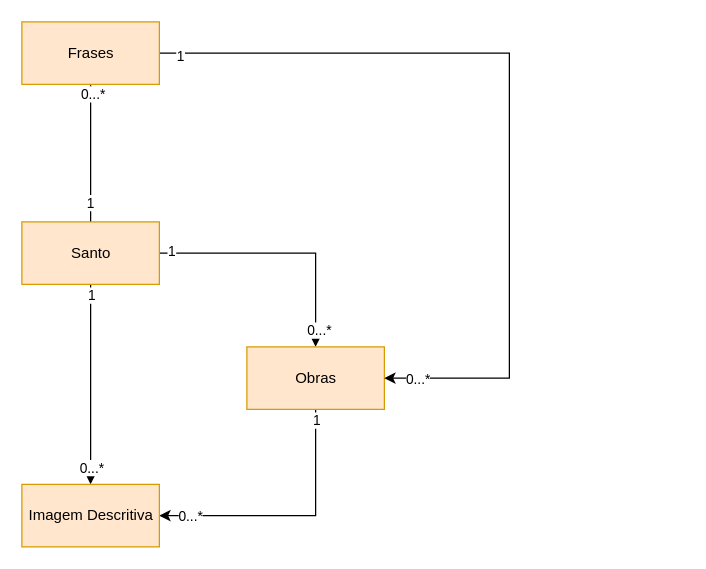
Before: page "Conceptual Model" (1 of 2) of Documentation/Untitled Diagram.drawio in the-catholics/Saints-API, a draw.io diagram. Source tidied: cells renumbered, new cells numbered last; positions are measured from the earlier drawing's top-left corner, leaving out a move shared by most shapes. Both pictures are drawn from the tidied source at 125%, with x=0, y=0 at pixel (21, 21).
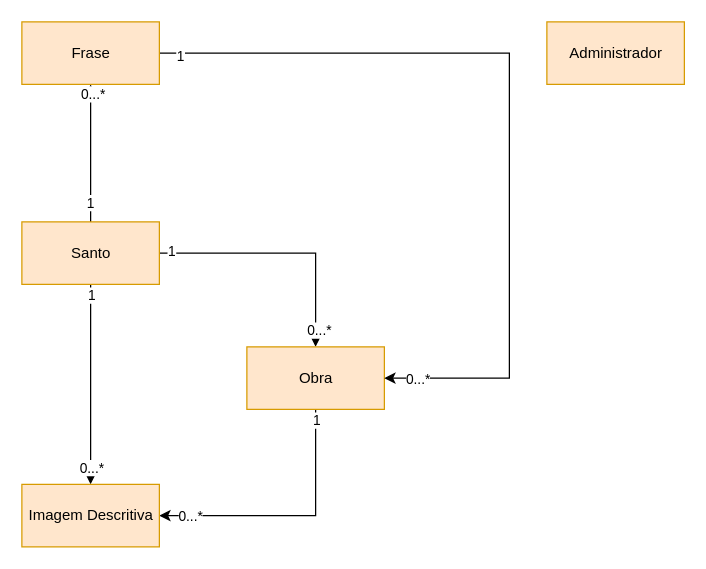
After the change.

What changed in the source:
```diff
@@
-    <mxCell id="15" value="Obras" style="html=1;fillColor=#ffe6cc;strokeColor=#d79b00;" parent="1" vertex="1">
+    <mxCell id="15" value="Obra" style="html=1;fillColor=#ffe6cc;strokeColor=#d79b00;" parent="1" vertex="1">
       <mxGeometry x="180" y="260" width="110" height="50" as="geometry" />
     </mxCell>
@@
-    <mxCell id="20" value="Frases" style="html=1;fillColor=#ffe6cc;strokeColor=#d79b00;" parent="1" vertex="1">
+    <mxCell id="20" value="Frase" style="html=1;fillColor=#ffe6cc;strokeColor=#d79b00;" parent="1" vertex="1">
       <mxGeometry width="110" height="50" as="geometry" />
     </mxCell>
+    <mxCell id="21" value="Administrador" style="html=1;fillColor=#ffe6cc;strokeColor=#d79b00;" parent="1" vertex="1">
+      <mxGeometry x="420" width="110" height="50" as="geometry" />
+    </mxCell>
```
